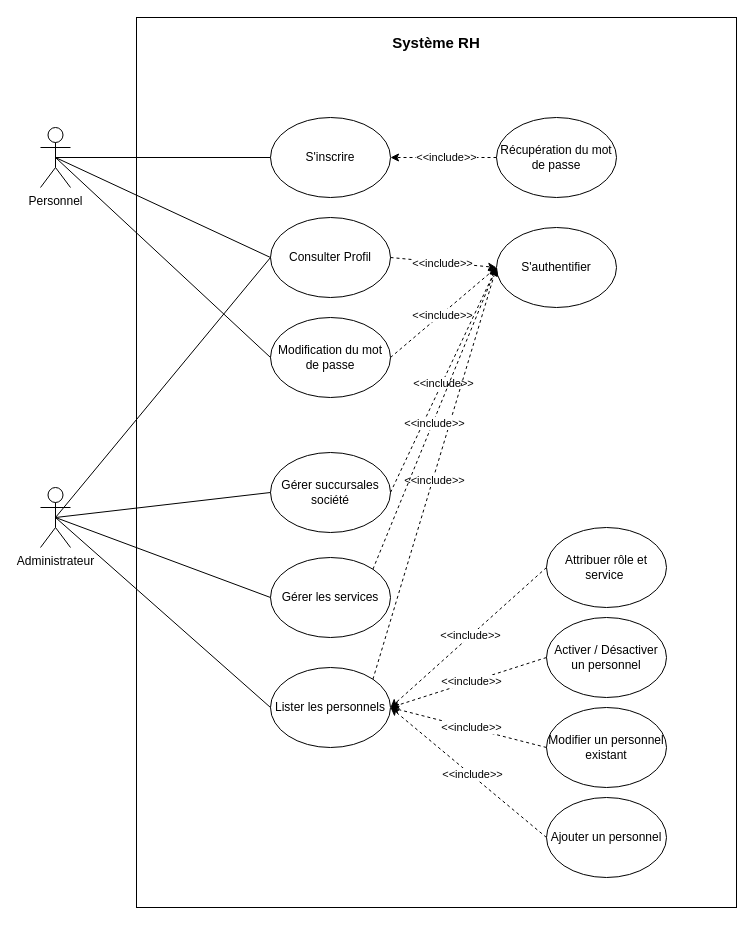
The draw.io diagram Diagramme de cas d’utilisation du sprint 1.drawio in PORTAIL-RH/Portail-RH-Mobile, before the edit. Source tidied: cells renumbered, new cells numbered last; positions are measured from the earlier drawing's top-left corner, leaving out a move shared by most shapes. Both pictures are drawn from the tidied source at 100%, with x=0, y=0 at pixel (40, 17).
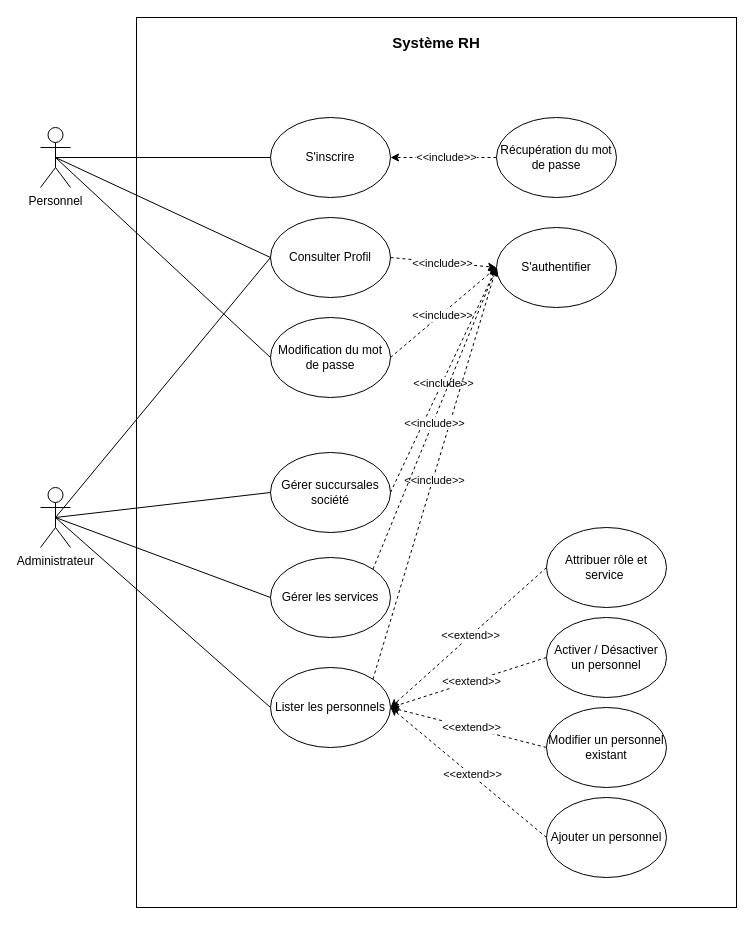
The same diagram, later.

Commit message (it also covers changes not shown here):
Mettre à jour Diagramme de cas d’utilisation du sprint 1.drawio

Unchanged cells that the change refers to:
```xml
<mxCell id="22" style="endArrow=classic;dashed=1;html=1;rounded=0;exitX=0;exitY=0.5;exitDx=0;exitDy=0;endFill=1;entryX=1;entryY=0.5;entryDx=0;entryDy=0;" parent="1" edge="1" source="26" target="21">
  <mxGeometry relative="1" as="geometry" />
</mxCell>
<mxCell id="28" style="endArrow=classic;dashed=1;html=1;rounded=0;exitX=0;exitY=0.5;exitDx=0;exitDy=0;endFill=1;entryX=1;entryY=0.5;entryDx=0;entryDy=0;" parent="1" edge="1" source="25" target="21">
  <mxGeometry relative="1" as="geometry" />
</mxCell>
<mxCell id="30" style="endArrow=classic;dashed=1;html=1;rounded=0;exitX=0;exitY=0.5;exitDx=0;exitDy=0;endFill=1;entryX=1;entryY=0.5;entryDx=0;entryDy=0;" parent="1" edge="1" source="24" target="21">
  <mxGeometry relative="1" as="geometry" />
</mxCell>
<mxCell id="32" style="endArrow=classic;dashed=1;html=1;rounded=0;exitX=0;exitY=0.5;exitDx=0;exitDy=0;endFill=1;entryX=1;entryY=0.5;entryDx=0;entryDy=0;" parent="1" edge="1" source="27" target="21">
  <mxGeometry relative="1" as="geometry" />
</mxCell>
```

Diff of the diagram source:
```diff
@@
-    <mxCell id="23" value="&amp;lt;&amp;lt;include&amp;gt;&amp;gt;" style="edgeLabel;html=1;align=center;verticalAlign=middle;" parent="22" vertex="1">
+    <mxCell id="23" value="&amp;lt;&amp;lt;extend&amp;gt;&amp;gt;" style="edgeLabel;html=1;align=center;verticalAlign=middle;" parent="22" vertex="1">
       <mxGeometry x="-0.03" y="-1" relative="1" as="geometry" />
     </mxCell>
@@
-    <mxCell id="29" value="&amp;lt;&amp;lt;include&amp;gt;&amp;gt;" style="edgeLabel;html=1;align=center;verticalAlign=middle;" parent="28" vertex="1">
+    <mxCell id="29" value="&amp;lt;&amp;lt;extend&amp;gt;&amp;gt;" style="edgeLabel;html=1;align=center;verticalAlign=middle;" parent="28" vertex="1">
       <mxGeometry x="-0.03" y="-1" relative="1" as="geometry" />
     </mxCell>
@@
-    <mxCell id="31" value="&amp;lt;&amp;lt;include&amp;gt;&amp;gt;" style="edgeLabel;html=1;align=center;verticalAlign=middle;" parent="30" vertex="1">
+    <mxCell id="31" value="&amp;lt;&amp;lt;extend&amp;gt;&amp;gt;" style="edgeLabel;html=1;align=center;verticalAlign=middle;" parent="30" vertex="1">
       <mxGeometry x="-0.03" y="-1" relative="1" as="geometry" />
     </mxCell>
@@
-    <mxCell id="33" value="&amp;lt;&amp;lt;include&amp;gt;&amp;gt;" style="edgeLabel;html=1;align=center;verticalAlign=middle;" parent="32" vertex="1">
+    <mxCell id="33" value="&amp;lt;&amp;lt;extend&amp;gt;&amp;gt;" style="edgeLabel;html=1;align=center;verticalAlign=middle;" parent="32" vertex="1">
       <mxGeometry x="-0.03" y="-1" relative="1" as="geometry" />
     </mxCell>
```
